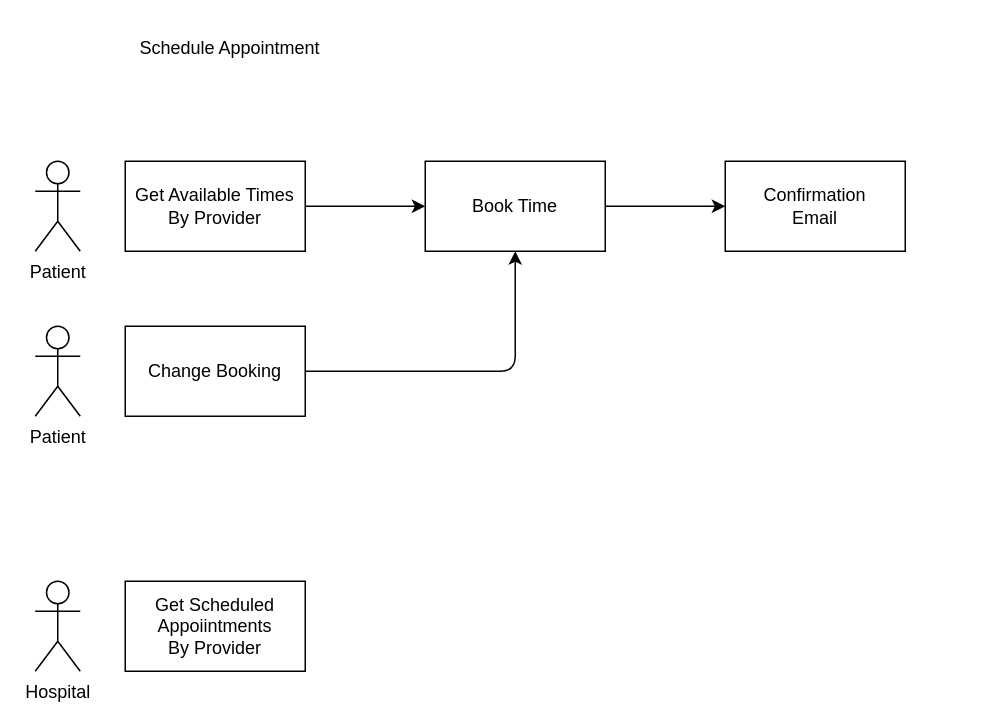
The draw.io diagram page "Schedule Appts" (3 of 9) of docs/architecture.drawio in scottroot-msft/Business-Process-Tracking-Level-Up, before the edit. Source tidied: cells renumbered, new cells numbered last; positions are measured from the earlier drawing's top-left corner, leaving out a move shared by most shapes. Both pictures are drawn from the tidied source at 150%, with x=0, y=0 at pixel (34, 26).
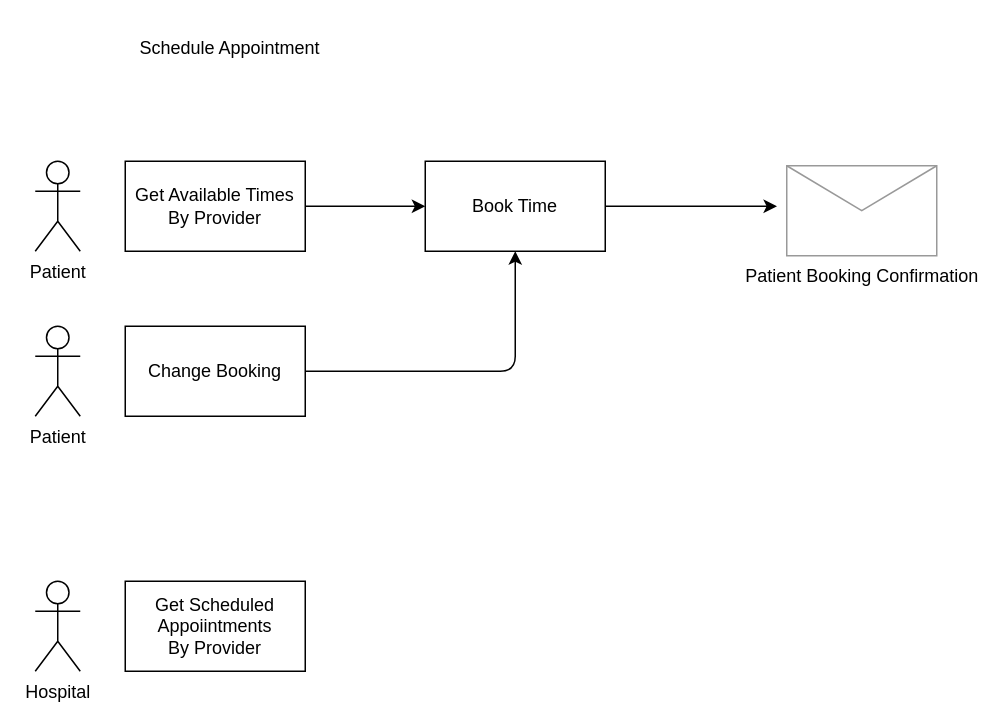
The same diagram, later.

Change to the diagram source:
```diff
@@
 <mxGraphModel>
   <root>
     <mxCell id="0" />
     <mxCell id="1" parent="0" />
     <mxCell id="2" style="edgeStyle=none;html=1;" parent="1" edge="1" source="3" target="5">
       <mxGeometry relative="1" as="geometry" />
     </mxCell>
     <mxCell id="3" value="Get Available Times By Provider" style="rounded=0;whiteSpace=wrap;html=1;" parent="1" vertex="1">
       <mxGeometry x="60" y="90" width="120" height="60" as="geometry" />
     </mxCell>
-    <mxCell id="4" style="edgeStyle=none;html=1;" parent="1" edge="1" source="5" target="8">
+    <mxCell id="4" style="edgeStyle=none;html=1;entryX=-0.065;entryY=0.45;entryDx=0;entryDy=0;entryPerimeter=0;" parent="1" edge="1" source="5" target="14">
       <mxGeometry relative="1" as="geometry" />
     </mxCell>
     <mxCell id="5" value="Book Time" style="rounded=0;whiteSpace=wrap;html=1;" parent="1" vertex="1">
       <mxGeometry x="260" y="90" width="120" height="60" as="geometry" />
     </mxCell>
     <mxCell id="6" style="edgeStyle=none;html=1;entryX=0.5;entryY=1;entryDx=0;entryDy=0;" parent="1" edge="1" source="7" target="5">
       <mxGeometry relative="1" as="geometry">
         <Array as="points">
           <mxPoint x="320" y="230" />
         </Array>
       </mxGeometry>
     </mxCell>
     <mxCell id="7" value="Change Booking" style="rounded=0;whiteSpace=wrap;html=1;" parent="1" vertex="1">
       <mxGeometry x="60" y="200" width="120" height="60" as="geometry" />
     </mxCell>
-    <mxCell id="8" value="Confirmation&lt;br&gt;Email" style="rounded=0;whiteSpace=wrap;html=1;" parent="1" vertex="1">
-      <mxGeometry x="460" y="90" width="120" height="60" as="geometry" />
-    </mxCell>
     <mxCell id="9" value="Patient" style="shape=umlActor;verticalLabelPosition=bottom;verticalAlign=top;html=1;" parent="1" vertex="1">
       <mxGeometry y="90" width="30" height="60" as="geometry" />
     </mxCell>
     <mxCell id="10" value="Patient" style="shape=umlActor;verticalLabelPosition=bottom;verticalAlign=top;html=1;" parent="1" vertex="1">
       <mxGeometry y="200" width="30" height="60" as="geometry" />
     </mxCell>
     <mxCell id="11" value="Schedule Appointment" style="text;html=1;strokeColor=none;fillColor=none;align=center;verticalAlign=middle;whiteSpace=wrap;rounded=0;" parent="1" vertex="1">
       <mxGeometry x="20" width="220" height="30" as="geometry" />
     </mxCell>
     <mxCell id="12" value="Get Scheduled&lt;br&gt;Appoiintments&lt;br&gt;By Provider" style="rounded=0;whiteSpace=wrap;html=1;" parent="1" vertex="1">
       <mxGeometry x="60" y="370" width="120" height="60" as="geometry" />
     </mxCell>
     <mxCell id="13" value="Hospital" style="shape=umlActor;verticalLabelPosition=bottom;verticalAlign=top;html=1;" parent="1" vertex="1">
       <mxGeometry y="370" width="30" height="60" as="geometry" />
     </mxCell>
+    <mxCell id="14" value="Patient Booking Confirmation" style="verticalLabelPosition=bottom;shadow=0;dashed=0;align=center;html=1;verticalAlign=top;strokeWidth=1;shape=mxgraph.mockup.misc.mail2;strokeColor=#999999;" parent="1" vertex="1">
+      <mxGeometry x="501" y="93" width="100" height="60" as="geometry" />
+    </mxCell>
   </root>
 </mxGraphModel>
```
